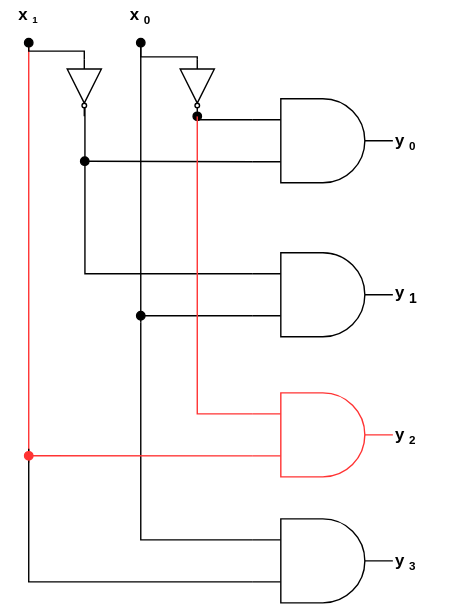
The draw.io diagram 02/yongki/assets/decoder.drawio.svg in cs-study-org/cs-study, before a commit. Source tidied: cells renumbered, new cells last; positions are measured from the earlier drawing's top-left corner, leaving out a move shared by most shapes.
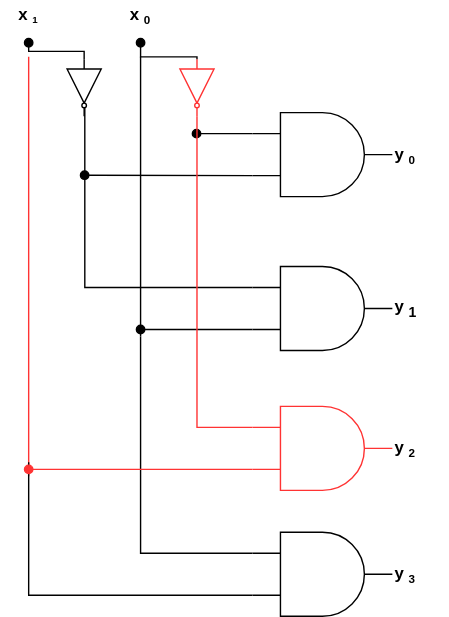
After the change.

Commit message:
:children_crossing: Improve readability

add Bitwise problem explain

Diff of the diagram source:
```diff
@@ -21,18 +21,11 @@
       </mxGeometry>
     </mxCell>
     <mxCell id="6" value="&lt;b&gt;x&lt;span style=&quot;font-size: 8.33333px&quot;&gt;&lt;sub&gt;1&lt;/sub&gt;&lt;/span&gt;&lt;/b&gt;" style="text;html=1;strokeColor=none;fillColor=none;align=center;verticalAlign=middle;whiteSpace=wrap;rounded=0;labelPosition=center;verticalLabelPosition=middle;" parent="1" vertex="1">
-      <mxGeometry width="40" height="20" as="geometry" />
+      <mxGeometry y="-10" width="40" height="20" as="geometry" />
     </mxCell>
     <mxCell id="7" value="&lt;b&gt;x&lt;span style=&quot;font-size: 10px&quot;&gt;&lt;sub&gt;0&lt;/sub&gt;&lt;/span&gt;&lt;/b&gt;" style="text;html=1;strokeColor=none;fillColor=none;align=center;verticalAlign=middle;whiteSpace=wrap;rounded=0;labelPosition=center;verticalLabelPosition=middle;" parent="1" vertex="1">
-      <mxGeometry x="80" width="40" height="20" as="geometry" />
+      <mxGeometry x="80" y="-10" width="40" height="20" as="geometry" />
     </mxCell>
-    <mxCell id="8" style="edgeStyle=elbowEdgeStyle;rounded=0;elbow=vertical;html=1;exitX=0;exitY=0.25;exitDx=0;exitDy=0;exitPerimeter=0;entryX=1;entryY=0.5;entryDx=0;entryDy=0;entryPerimeter=0;endArrow=oval;endFill=1;" parent="1" edge="1" source="10" target="25">
-      <mxGeometry relative="1" as="geometry">
-        <Array as="points">
-          <mxPoint x="160" y="85" />
-        </Array>
-      </mxGeometry>
-    </mxCell>
     <mxCell id="9" style="edgeStyle=elbowEdgeStyle;rounded=0;elbow=vertical;html=1;exitX=0;exitY=0.75;exitDx=0;exitDy=0;exitPerimeter=0;endArrow=oval;endFill=1;" parent="1" edge="1" source="10">
       <mxGeometry relative="1" as="geometry">
         <mxPoint x="60" y="114.9" as="targetPoint" />
@@ -41,6 +34,14 @@
     <mxCell id="10" style="verticalLabelPosition=bottom;shadow=0;dashed=0;align=center;html=1;verticalAlign=top;shape=mxgraph.electrical.logic_gates.logic_gate;operation=and;" parent="1" vertex="1">
       <mxGeometry x="180" y="70" width="100" height="60" as="geometry" />
     </mxCell>
+    <mxCell id="8" style="edgeStyle=elbowEdgeStyle;rounded=0;elbow=vertical;html=1;exitX=0;exitY=0.25;exitDx=0;exitDy=0;exitPerimeter=0;endArrow=oval;endFill=1;" parent="1" edge="1" source="10">
+      <mxGeometry relative="1" as="geometry">
+        <mxPoint x="140" y="85" as="targetPoint" />
+        <Array as="points">
+          <mxPoint x="160" y="85" />
+        </Array>
+      </mxGeometry>
+    </mxCell>
     <mxCell id="11" style="edgeStyle=elbowEdgeStyle;rounded=0;elbow=vertical;html=1;exitX=0;exitY=0.75;exitDx=0;exitDy=0;exitPerimeter=0;endArrow=oval;endFill=1;" parent="1" edge="1" source="13">
       <mxGeometry relative="1" as="geometry">
         <mxPoint x="100" y="225.2" as="targetPoint" />
@@ -80,7 +81,7 @@
         <mxPoint x="20" y="325.2" as="targetPoint" />
       </mxGeometry>
     </mxCell>
-    <mxCell id="18" style="edgeStyle=elbowEdgeStyle;rounded=0;elbow=vertical;html=1;exitX=0;exitY=0.25;exitDx=0;exitDy=0;exitPerimeter=0;entryX=1;entryY=0.5;entryDx=0;entryDy=0;entryPerimeter=0;endArrow=none;endFill=0;strokeColor=#FF3333;" parent="1" edge="1" source="19" target="25">
+    <mxCell id="18" style="edgeStyle=elbowEdgeStyle;rounded=0;elbow=vertical;html=1;exitX=0;exitY=0.25;exitDx=0;exitDy=0;exitPerimeter=0;endArrow=none;endFill=0;strokeColor=#FF3333;entryX=1;entryY=0.5;entryDx=0;entryDy=0;entryPerimeter=0;" parent="1" edge="1" source="19" target="25">
       <mxGeometry relative="1" as="geometry">
         <Array as="points">
           <mxPoint x="150" y="295" />
@@ -98,19 +99,19 @@
     </mxCell>
     <mxCell id="22" style="edgeStyle=elbowEdgeStyle;html=1;exitX=0;exitY=0.5;exitDx=0;exitDy=0;exitPerimeter=0;elbow=vertical;endArrow=oval;endFill=1;rounded=0;" parent="1" edge="1" source="23">
       <mxGeometry relative="1" as="geometry">
-        <mxPoint x="20" y="30" as="targetPoint" />
+        <mxPoint x="20" y="20" as="targetPoint" />
       </mxGeometry>
     </mxCell>
     <mxCell id="23" style="verticalLabelPosition=bottom;shadow=0;dashed=0;align=center;html=1;verticalAlign=top;shape=mxgraph.electrical.logic_gates.inverter_2;rotation=90;" parent="1" vertex="1">
-      <mxGeometry x="39.3" y="50" width="40.7" height="24.4" as="geometry" />
+      <mxGeometry x="39.3" y="40" width="40.7" height="24.4" as="geometry" />
     </mxCell>
+    <mxCell id="25" style="verticalLabelPosition=bottom;shadow=0;dashed=0;align=center;html=1;verticalAlign=top;shape=mxgraph.electrical.logic_gates.inverter_2;rotation=90;strokeColor=#FF3333;" parent="1" vertex="1">
+      <mxGeometry x="120" y="40" width="40.7" height="24.4" as="geometry" />
+    </mxCell>
     <mxCell id="24" style="edgeStyle=elbowEdgeStyle;html=1;endArrow=oval;endFill=1;elbow=vertical;rounded=0;" parent="1" edge="1" source="25">
       <mxGeometry relative="1" as="geometry">
-        <mxPoint x="100" y="30" as="targetPoint" />
+        <mxPoint x="100" y="20" as="targetPoint" />
       </mxGeometry>
     </mxCell>
-    <mxCell id="25" style="verticalLabelPosition=bottom;shadow=0;dashed=0;align=center;html=1;verticalAlign=top;shape=mxgraph.electrical.logic_gates.inverter_2;rotation=90;" parent="1" vertex="1">
-      <mxGeometry x="120" y="50" width="40.7" height="24.4" as="geometry" />
-    </mxCell>
   </root>
 </mxGraphModel>
```
